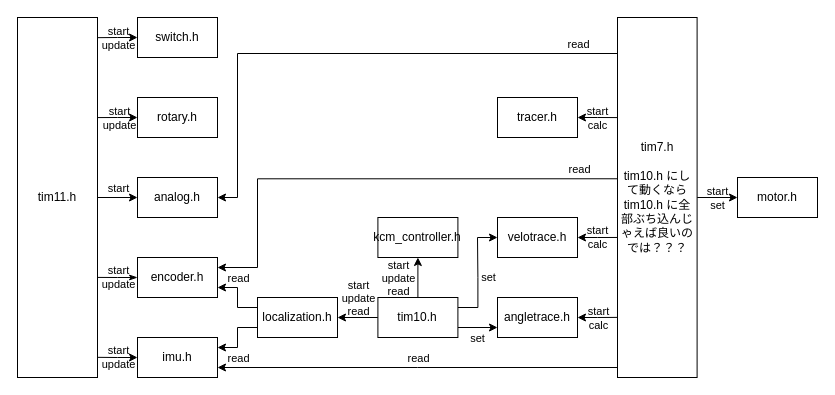
Earlier version of the draw.io diagram flow-chart.drawio (YazawaKenichi/murakumo_ws). Source tidied: cells renumbered, new cells numbered last; positions are measured from the earlier drawing's top-left corner, leaving out a move shared by most shapes. Both pictures are drawn from the tidied source at 100%, with x=0, y=0 at pixel (17, 17).
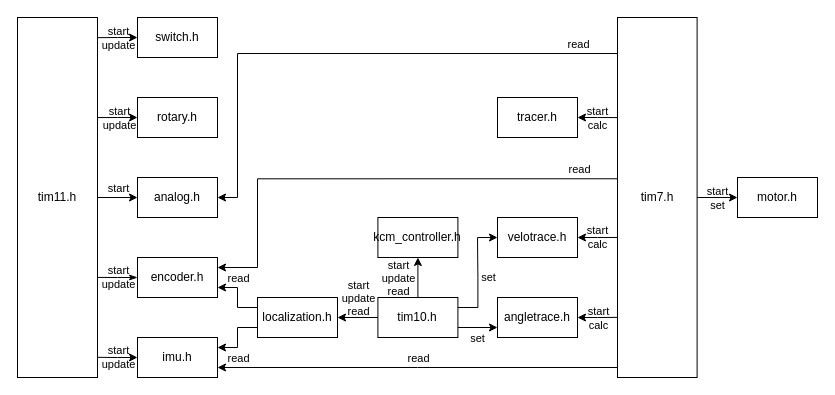
The same diagram, later.

Commit message:
flow-chart.drawio を更新します

What changed in the source:
```diff
@@
-    <mxCell id="45" value="tim7.h&lt;br&gt;&lt;br&gt;tim10.h にして動くなら tim10.h に全部ぶち込んじゃえば良いのでは？？？" style="rounded=0;whiteSpace=wrap;html=1;" parent="1" vertex="1">
+    <mxCell id="45" value="tim7.h" style="rounded=0;whiteSpace=wrap;html=1;" parent="1" vertex="1">
       <mxGeometry x="600" width="79.6" height="360" as="geometry" />
     </mxCell>
```
